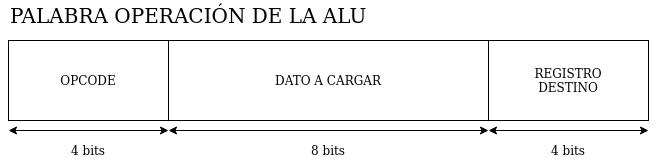
alu0101119373/uc-monociclo-entrada-salida keeps this draw.io diagram as img/palLoad.png. Above is the earlier version. Source tidied: cells renumbered, new cells last; positions are measured from the earlier drawing's top-left corner, leaving out a move shared by most shapes.
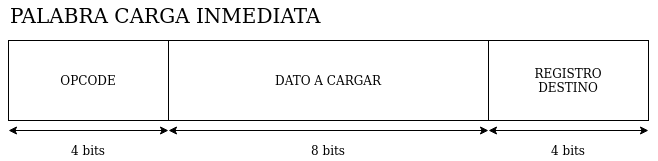
The same file after the commit.

Commit message:
Corregido bug de la imagen de la palabra de carga

The edit, as a diff of the source:
```diff
@@ -26,7 +26,7 @@
     <mxCell id="7" value="8 bits" style="text;html=1;strokeColor=none;fillColor=none;align=center;verticalAlign=middle;whiteSpace=wrap;rounded=0;" parent="1" vertex="1">
       <mxGeometry x="290" y="140" width="60" height="20" as="geometry" />
     </mxCell>
-    <mxCell id="8" value="&lt;font style=&quot;font-size: 20px&quot;&gt;PALABRA OPERACIÓN DE LA ALU&lt;br&gt;&lt;/font&gt;" style="text;html=1;strokeColor=none;fillColor=none;align=left;verticalAlign=bottom;whiteSpace=wrap;rounded=0;" parent="1" vertex="1">
+    <mxCell id="8" value="&lt;font style=&quot;font-size: 20px&quot;&gt;PALABRA CARGA INMEDIATA&lt;br&gt;&lt;/font&gt;" style="text;html=1;strokeColor=none;fillColor=none;align=left;verticalAlign=bottom;whiteSpace=wrap;rounded=0;" parent="1" vertex="1">
       <mxGeometry width="640" height="30" as="geometry" />
     </mxCell>
     <mxCell id="9" value="&lt;div&gt;REGISTRO&lt;/div&gt;&lt;div&gt;DESTINO&lt;br&gt;&lt;/div&gt;" style="rounded=0;whiteSpace=wrap;html=1;align=center;" parent="1" vertex="1">
```
